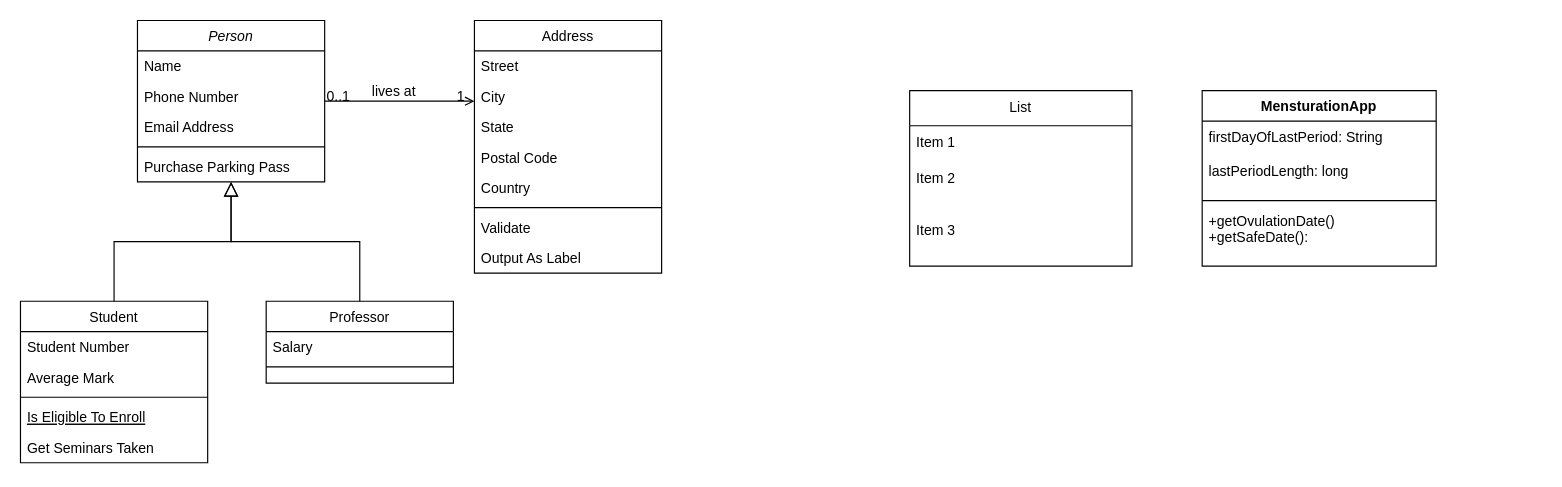
Earlier version of the draw.io diagram PhaseGate/Mensturation class diagram.drawio (BabatundeOla1/javaTask). Source tidied: cells renumbered, new cells numbered last; positions are measured from the earlier drawing's top-left corner, leaving out a move shared by most shapes. Both pictures are drawn from the tidied source at 117%, with x=0, y=0 at pixel (20, 20).
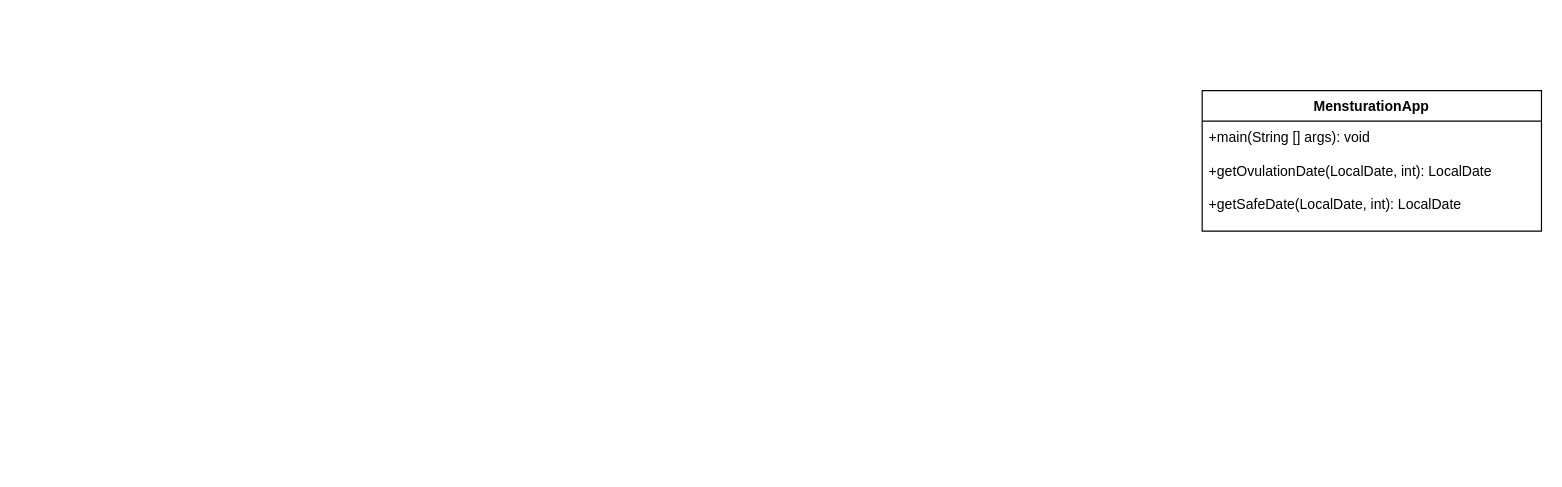
The same page after the edit.

The edit, as a diff of the source:
```diff
@@
-    <mxCell id="2" value="Person" style="swimlane;fontStyle=2;align=center;verticalAlign=top;horizontal=1;startSize=26;rounded=0;shadow=0;strokeWidth=1;" parent="1" vertex="1">
-      <mxGeometry x="100" width="160" height="138" as="geometry" />
-    </mxCell>
-    <mxCell id="3" value="Name" style="text;align=left;verticalAlign=top;spacingLeft=4;spacingRight=4;overflow=hidden;" parent="2" vertex="1">
-      <mxGeometry y="26" width="160" height="26" as="geometry" />
-    </mxCell>
-    <mxCell id="4" value="Phone Number" style="text;align=left;verticalAlign=top;spacingLeft=4;spacingRight=4;overflow=hidden;rounded=0;shadow=0;html=0;" parent="2" vertex="1">
-      <mxGeometry y="52" width="160" height="26" as="geometry" />
-    </mxCell>
-    <mxCell id="5" value="Email Address" style="text;align=left;verticalAlign=top;spacingLeft=4;spacingRight=4;overflow=hidden;rounded=0;shadow=0;html=0;" parent="2" vertex="1">
-      <mxGeometry y="78" width="160" height="26" as="geometry" />
-    </mxCell>
-    <mxCell id="6" style="line;html=1;strokeWidth=1;align=left;verticalAlign=middle;spacingTop=-1;spacingLeft=3;spacingRight=3;labelPosition=right;" parent="2" vertex="1">
-      <mxGeometry y="104" width="160" height="8" as="geometry" />
-    </mxCell>
-    <mxCell id="7" value="Purchase Parking Pass" style="text;align=left;verticalAlign=top;spacingLeft=4;spacingRight=4;overflow=hidden;" parent="2" vertex="1">
-      <mxGeometry y="112" width="160" height="26" as="geometry" />
-    </mxCell>
-    <mxCell id="8" value="Student" style="swimlane;fontStyle=0;align=center;verticalAlign=top;horizontal=1;startSize=26;rounded=0;shadow=0;strokeWidth=1;" parent="1" vertex="1">
-      <mxGeometry y="240" width="160" height="138" as="geometry" />
-    </mxCell>
-    <mxCell id="9" value="Student Number" style="text;align=left;verticalAlign=top;spacingLeft=4;spacingRight=4;overflow=hidden;" parent="8" vertex="1">
-      <mxGeometry y="26" width="160" height="26" as="geometry" />
-    </mxCell>
-    <mxCell id="10" value="Average Mark" style="text;align=left;verticalAlign=top;spacingLeft=4;spacingRight=4;overflow=hidden;rounded=0;shadow=0;html=0;" parent="8" vertex="1">
-      <mxGeometry y="52" width="160" height="26" as="geometry" />
-    </mxCell>
-    <mxCell id="11" style="line;html=1;strokeWidth=1;align=left;verticalAlign=middle;spacingTop=-1;spacingLeft=3;spacingRight=3;labelPosition=right;" parent="8" vertex="1">
-      <mxGeometry y="78" width="160" height="8" as="geometry" />
-    </mxCell>
-    <mxCell id="12" value="Is Eligible To Enroll" style="text;align=left;verticalAlign=top;spacingLeft=4;spacingRight=4;overflow=hidden;fontStyle=4;" parent="8" vertex="1">
-      <mxGeometry y="86" width="160" height="26" as="geometry" />
-    </mxCell>
-    <mxCell id="13" value="Get Seminars Taken" style="text;align=left;verticalAlign=top;spacingLeft=4;spacingRight=4;overflow=hidden;" parent="8" vertex="1">
-      <mxGeometry y="112" width="160" height="26" as="geometry" />
-    </mxCell>
-    <mxCell id="14" style="endArrow=block;endSize=10;endFill=0;shadow=0;strokeWidth=1;rounded=0;curved=0;edgeStyle=elbowEdgeStyle;elbow=vertical;" parent="1" edge="1" source="8" target="2">
-      <mxGeometry relative="1" as="geometry" />
-    </mxCell>
-    <mxCell id="15" value="Professor" style="swimlane;fontStyle=0;align=center;verticalAlign=top;horizontal=1;startSize=26;rounded=0;shadow=0;strokeWidth=1;" parent="1" vertex="1">
-      <mxGeometry x="210" y="240" width="160" height="70" as="geometry" />
-    </mxCell>
-    <mxCell id="16" value="Salary" style="text;align=left;verticalAlign=top;spacingLeft=4;spacingRight=4;overflow=hidden;" parent="15" vertex="1">
-      <mxGeometry y="26" width="160" height="26" as="geometry" />
-    </mxCell>
-    <mxCell id="17" style="line;html=1;strokeWidth=1;align=left;verticalAlign=middle;spacingTop=-1;spacingLeft=3;spacingRight=3;labelPosition=right;" parent="15" vertex="1">
-      <mxGeometry y="52" width="160" height="8" as="geometry" />
-    </mxCell>
-    <mxCell id="18" style="endArrow=block;endSize=10;endFill=0;shadow=0;strokeWidth=1;rounded=0;curved=0;edgeStyle=elbowEdgeStyle;elbow=vertical;" parent="1" edge="1" source="15" target="2">
-      <mxGeometry relative="1" as="geometry" />
-    </mxCell>
-    <mxCell id="19" value="Address" style="swimlane;fontStyle=0;align=center;verticalAlign=top;horizontal=1;startSize=26;rounded=0;shadow=0;strokeWidth=1;" parent="1" vertex="1">
-      <mxGeometry x="388" width="160" height="216" as="geometry" />
-    </mxCell>
-    <mxCell id="20" value="Street" style="text;align=left;verticalAlign=top;spacingLeft=4;spacingRight=4;overflow=hidden;" parent="19" vertex="1">
-      <mxGeometry y="26" width="160" height="26" as="geometry" />
-    </mxCell>
-    <mxCell id="21" value="City" style="text;align=left;verticalAlign=top;spacingLeft=4;spacingRight=4;overflow=hidden;rounded=0;shadow=0;html=0;" parent="19" vertex="1">
-      <mxGeometry y="52" width="160" height="26" as="geometry" />
-    </mxCell>
-    <mxCell id="22" value="State" style="text;align=left;verticalAlign=top;spacingLeft=4;spacingRight=4;overflow=hidden;rounded=0;shadow=0;html=0;" parent="19" vertex="1">
-      <mxGeometry y="78" width="160" height="26" as="geometry" />
-    </mxCell>
-    <mxCell id="23" value="Postal Code" style="text;align=left;verticalAlign=top;spacingLeft=4;spacingRight=4;overflow=hidden;rounded=0;shadow=0;html=0;" parent="19" vertex="1">
-      <mxGeometry y="104" width="160" height="26" as="geometry" />
-    </mxCell>
-    <mxCell id="24" value="Country" style="text;align=left;verticalAlign=top;spacingLeft=4;spacingRight=4;overflow=hidden;rounded=0;shadow=0;html=0;" parent="19" vertex="1">
-      <mxGeometry y="130" width="160" height="26" as="geometry" />
-    </mxCell>
-    <mxCell id="25" style="line;html=1;strokeWidth=1;align=left;verticalAlign=middle;spacingTop=-1;spacingLeft=3;spacingRight=3;labelPosition=right;" parent="19" vertex="1">
-      <mxGeometry y="156" width="160" height="8" as="geometry" />
-    </mxCell>
-    <mxCell id="26" value="Validate" style="text;align=left;verticalAlign=top;spacingLeft=4;spacingRight=4;overflow=hidden;" parent="19" vertex="1">
-      <mxGeometry y="164" width="160" height="26" as="geometry" />
-    </mxCell>
-    <mxCell id="27" value="Output As Label" style="text;align=left;verticalAlign=top;spacingLeft=4;spacingRight=4;overflow=hidden;" parent="19" vertex="1">
-      <mxGeometry y="190" width="160" height="26" as="geometry" />
-    </mxCell>
-    <mxCell id="28" style="endArrow=open;shadow=0;strokeWidth=1;rounded=0;curved=0;endFill=1;edgeStyle=elbowEdgeStyle;elbow=vertical;" parent="1" edge="1" source="2" target="19">
-      <mxGeometry x="0.5" y="41" relative="1" as="geometry">
-        <mxPoint x="-40" y="32" as="offset" />
-      </mxGeometry>
-    </mxCell>
-    <mxCell id="29" value="0..1" style="align=left;verticalAlign=bottom;labelBackgroundColor=none;fontSize=12;" parent="28" vertex="1">
-      <mxGeometry x="-1" relative="1" as="geometry">
-        <mxPoint y="4" as="offset" />
-      </mxGeometry>
-    </mxCell>
-    <mxCell id="30" value="1" style="align=right;verticalAlign=bottom;labelBackgroundColor=none;fontSize=12;" parent="28" vertex="1">
-      <mxGeometry x="1" relative="1" as="geometry">
-        <mxPoint x="-7" y="4" as="offset" />
-      </mxGeometry>
-    </mxCell>
-    <mxCell id="31" value="lives at" style="text;html=1;align=center;verticalAlign=middle;labelBackgroundColor=none;rounded=0;shadow=0;strokeWidth=1;fontSize=12;" parent="28" vertex="1">
-      <mxGeometry x="0.5" y="49" relative="1" as="geometry">
-        <mxPoint x="-38" y="40" as="offset" />
-      </mxGeometry>
-    </mxCell>
-    <mxCell id="32" value="List" style="swimlane;fontStyle=0;horizontal=1;startSize=30;whiteSpace=wrap;html=1;" parent="1" vertex="1">
-      <mxGeometry x="760" y="60" width="190" height="150" as="geometry" />
-    </mxCell>
-    <mxCell id="33" value="Item 1" style="text;strokeColor=none;fillColor=none;align=left;verticalAlign=middle;spacingLeft=4;spacingRight=4;overflow=hidden;whiteSpace=wrap;html=1;" parent="32" vertex="1">
-      <mxGeometry y="30" width="190" height="30" as="geometry" />
-    </mxCell>
-    <mxCell id="34" value="Item 2" style="text;strokeColor=none;fillColor=none;align=left;verticalAlign=middle;spacingLeft=4;spacingRight=4;overflow=hidden;whiteSpace=wrap;html=1;" parent="32" vertex="1">
-      <mxGeometry y="60" width="190" height="30" as="geometry" />
-    </mxCell>
-    <mxCell id="35" value="Item 3" style="text;strokeColor=none;fillColor=none;align=left;verticalAlign=middle;spacingLeft=4;spacingRight=4;overflow=hidden;whiteSpace=wrap;html=1;" parent="32" vertex="1">
-      <mxGeometry y="90" width="190" height="60" as="geometry" />
-    </mxCell>
     <mxCell id="36" value="MensturationApp" style="swimlane;fontStyle=1;align=center;verticalAlign=top;horizontal=1;startSize=26;whiteSpace=wrap;html=1;" parent="1" vertex="1">
-      <mxGeometry x="1010" y="60" width="200" height="150" as="geometry" />
+      <mxGeometry x="1010" y="60" width="290" height="120" as="geometry" />
     </mxCell>
-    <mxCell id="37" value="firstDayOfLastPeriod: String&lt;div&gt;&lt;br&gt;&lt;/div&gt;&lt;div&gt;lastPeriodLength: long&lt;/div&gt;" style="text;strokeColor=none;fillColor=none;align=left;verticalAlign=top;spacingLeft=4;spacingRight=4;overflow=hidden;whiteSpace=wrap;html=1;" parent="36" vertex="1">
-      <mxGeometry y="26" width="200" height="64" as="geometry" />
+    <mxCell id="37" value="&lt;div&gt;+main(String [] args): void&lt;/div&gt;&lt;div&gt;&lt;br&gt;&lt;/div&gt;+getOvulationDate(LocalDate, int): LocalDate&lt;div&gt;&lt;br&gt;&lt;/div&gt;&lt;div&gt;+getSafeDate(LocalDate, int): LocalDate&lt;/div&gt;" style="text;strokeColor=none;fillColor=none;align=left;verticalAlign=top;spacingLeft=4;spacingRight=4;overflow=hidden;whiteSpace=wrap;html=1;" parent="1" vertex="1">
+      <mxGeometry x="1010" y="86" width="260" height="104" as="geometry" />
     </mxCell>
-    <mxCell id="38" style="line;strokeWidth=1;fillColor=none;align=left;verticalAlign=middle;spacingTop=-1;spacingLeft=3;spacingRight=3;labelPosition=right;strokeColor=inherit;" parent="36" vertex="1">
-      <mxGeometry y="90" width="200" height="8" as="geometry" />
-    </mxCell>
-    <mxCell id="39" value="+getOvulationDate()&lt;div&gt;+getSafeDate():&amp;nbsp;&lt;/div&gt;" style="text;strokeColor=none;fillColor=none;align=left;verticalAlign=top;spacingLeft=4;spacingRight=4;overflow=hidden;whiteSpace=wrap;html=1;" parent="36" vertex="1">
-      <mxGeometry y="98" width="200" height="52" as="geometry" />
-    </mxCell>
```
